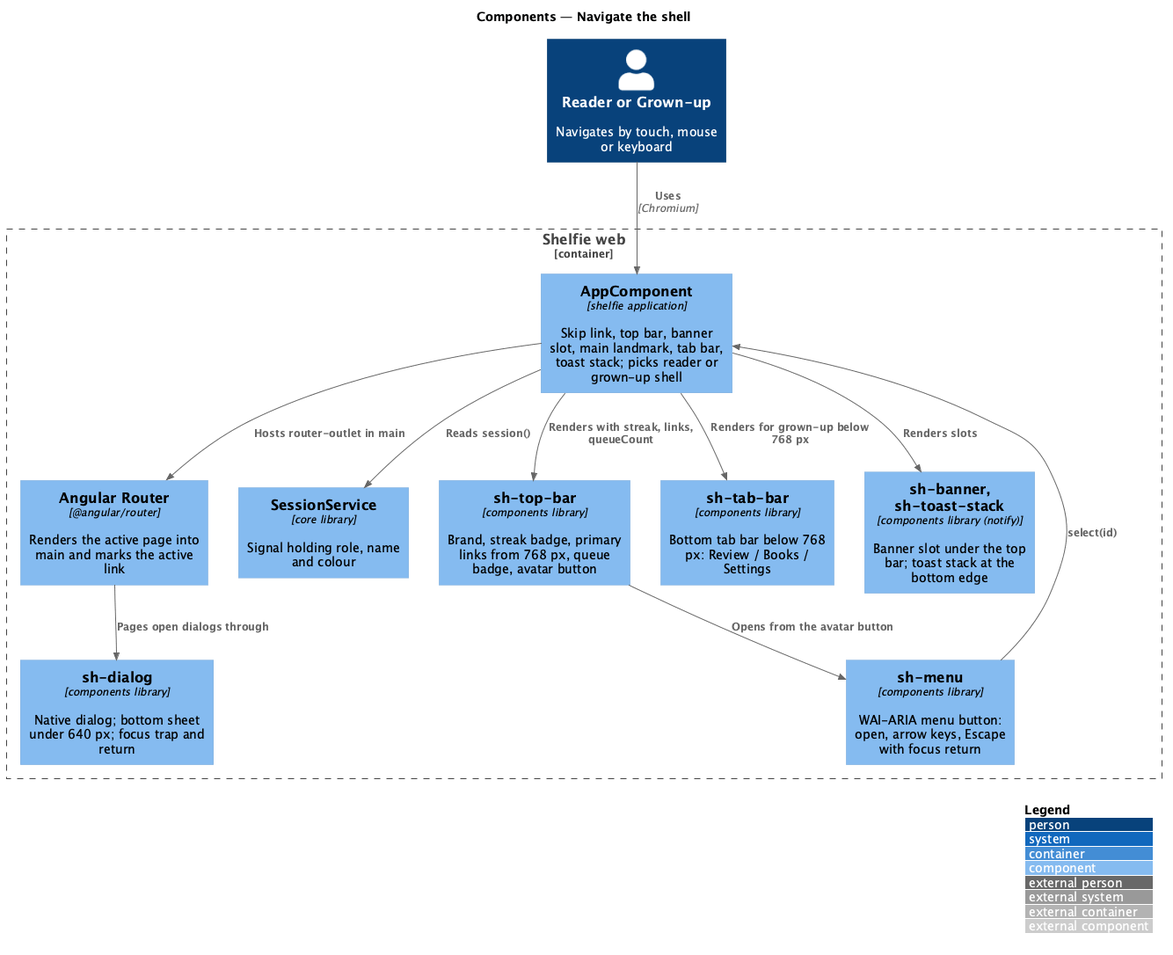
This is docs/detailed-designs/shell/navigate-shell/diagrams/c4-component.png from QuinntyneBrown/shelfie, a PlantUML export, as it was before one commit.
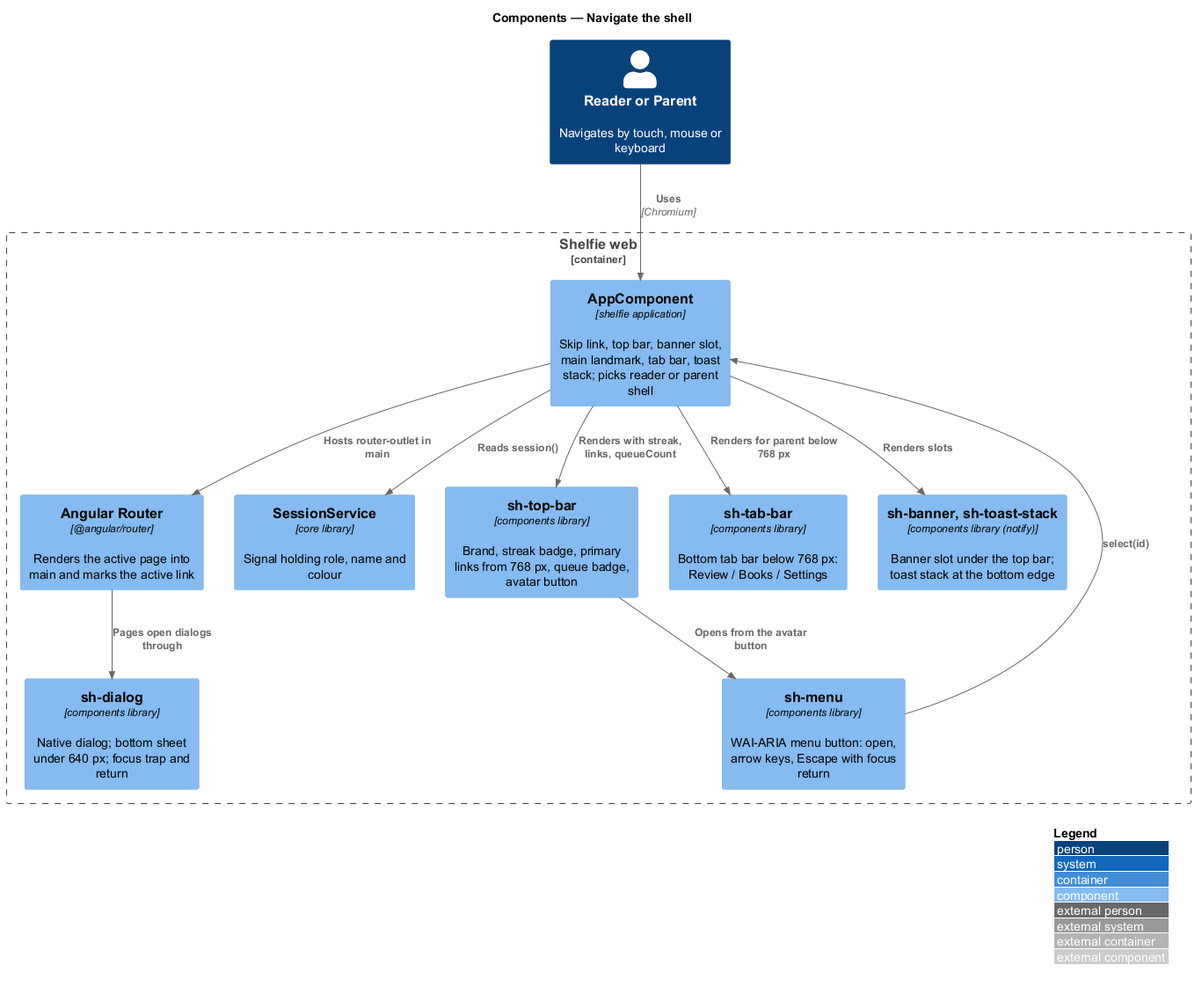
The same file after the commit.

The edit, as a diff of the source:
```diff
@@ -3,9 +3,9 @@
 LAYOUT_WITH_LEGEND()
 title Components — Navigate the shell
 
-Person(user, "Reader or Grown-up", "Navigates by touch, mouse or keyboard")
+Person(user, "Reader or Parent", "Navigates by touch, mouse or keyboard")
 Container_Boundary(web, "Shelfie web") {
-  Component(app, "AppComponent", "shelfie application", "Skip link, top bar, banner slot, main landmark, tab bar, toast stack; picks reader or grown-up shell")
+  Component(app, "AppComponent", "shelfie application", "Skip link, top bar, banner slot, main landmark, tab bar, toast stack; picks reader or parent shell")
   Component(router, "Angular Router", "@angular/router", "Renders the active page into main and marks the active link")
   Component(session, "SessionService", "core library", "Signal holding role, name and colour")
   Component(topBar, "sh-top-bar", "components library", "Brand, streak badge, primary links from 768 px, queue badge, avatar button")
@@ -18,7 +18,7 @@
 Rel(app, session, "Reads session()")
 Rel(app, router, "Hosts router-outlet in main")
 Rel(app, topBar, "Renders with streak, links, queueCount")
-Rel(app, tabBar, "Renders for grown-up below 768 px")
+Rel(app, tabBar, "Renders for parent below 768 px")
 Rel(topBar, menu, "Opens from the avatar button")
 Rel(menu, app, "select(id)")
 Rel(app, notify, "Renders slots")
```
